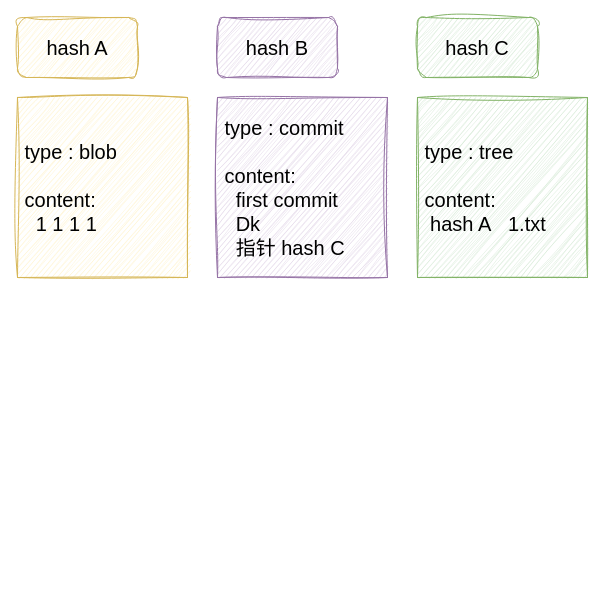
Darkindom/draw-the-diagrams keeps this draw.io diagram as git.drawio. Above is the earlier version. Source tidied: cells renumbered, new cells numbered last; positions are measured from the earlier drawing's top-left corner, leaving out a move shared by most shapes. Both pictures are drawn from the tidied source at 100%, with x=0, y=0 at pixel (17, 17).
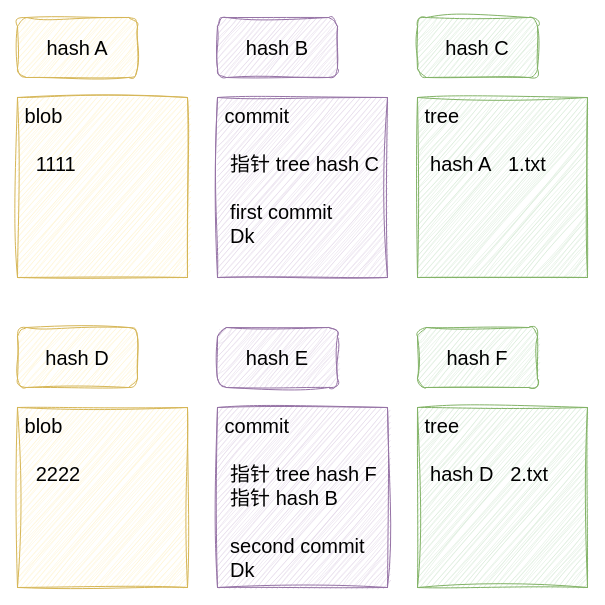
After the change.

What changed in the source:
```diff
@@
 <mxGraphModel>
   <root>
     <mxCell id="0" />
     <mxCell id="1" parent="0" />
     <mxCell id="2" value="hash C" style="rounded=1;whiteSpace=wrap;html=1;sketch=1;hachureGap=4;jiggle=2;curveFitting=1;fontFamily=手札体-简;fontSize=20;fillColor=#d5e8d4;strokeColor=#82b366;" parent="1" vertex="1">
       <mxGeometry x="400" width="120" height="60" as="geometry" />
     </mxCell>
     <mxCell id="3" value="hash B" style="rounded=1;whiteSpace=wrap;html=1;sketch=1;hachureGap=4;jiggle=2;curveFitting=1;fontFamily=手札体-简;fontSize=20;fillColor=#e1d5e7;strokeColor=#9673a6;" parent="1" vertex="1">
       <mxGeometry x="200" width="120" height="60" as="geometry" />
     </mxCell>
-    <mxCell id="4" value="&lt;div style=&quot;&quot;&gt;&lt;span style=&quot;background-color: initial;&quot;&gt;&amp;nbsp;type : tree&lt;/span&gt;&lt;/div&gt;&lt;div style=&quot;&quot;&gt;&lt;span style=&quot;background-color: initial;&quot;&gt;&lt;br&gt;&lt;/span&gt;&lt;/div&gt;&lt;div style=&quot;&quot;&gt;&lt;span style=&quot;background-color: initial;&quot;&gt;&amp;nbsp;content:&amp;nbsp;&lt;/span&gt;&lt;/div&gt;&lt;div style=&quot;&quot;&gt;&lt;span style=&quot;background-color: initial;&quot;&gt;&amp;nbsp; hash A&amp;nbsp; &amp;nbsp;1.txt&lt;/span&gt;&lt;/div&gt;" style="rounded=0;whiteSpace=wrap;html=1;sketch=1;hachureGap=4;jiggle=2;curveFitting=1;fontFamily=手札体-简;fontSize=20;align=left;fillColor=#d5e8d4;strokeColor=#82b366;" parent="1" vertex="1">
+    <mxCell id="4" value="&lt;div style=&quot;&quot;&gt;&lt;br&gt;&lt;/div&gt;" style="rounded=0;whiteSpace=wrap;html=1;sketch=1;hachureGap=4;jiggle=2;curveFitting=1;fontFamily=手札体-简;fontSize=20;align=left;fillColor=#d5e8d4;strokeColor=#82b366;" parent="1" vertex="1">
       <mxGeometry x="400" y="80" width="170" height="180" as="geometry" />
     </mxCell>
-    <mxCell id="5" value="&lt;div style=&quot;&quot;&gt;&lt;span style=&quot;background-color: initial;&quot;&gt;&amp;nbsp;type : commit&lt;/span&gt;&lt;/div&gt;&lt;div style=&quot;&quot;&gt;&lt;span style=&quot;background-color: initial;&quot;&gt;&lt;br&gt;&lt;/span&gt;&lt;/div&gt;&lt;div style=&quot;&quot;&gt;&lt;span style=&quot;background-color: initial;&quot;&gt;&amp;nbsp;content:&amp;nbsp;&lt;/span&gt;&lt;/div&gt;&lt;div style=&quot;&quot;&gt;&amp;nbsp; &amp;nbsp;first commit&lt;/div&gt;&lt;div style=&quot;&quot;&gt;&amp;nbsp; &amp;nbsp;Dk&lt;/div&gt;&lt;div style=&quot;&quot;&gt;&amp;nbsp; &amp;nbsp;指针 hash C&lt;/div&gt;" style="rounded=0;whiteSpace=wrap;html=1;sketch=1;hachureGap=4;jiggle=2;curveFitting=1;fontFamily=手札体-简;fontSize=20;align=left;fillColor=#e1d5e7;strokeColor=#9673a6;" parent="1" vertex="1">
+    <mxCell id="5" value="&lt;div style=&quot;&quot;&gt;&lt;br&gt;&lt;/div&gt;" style="rounded=0;whiteSpace=wrap;html=1;sketch=1;hachureGap=4;jiggle=2;curveFitting=1;fontFamily=手札体-简;fontSize=20;align=left;fillColor=#e1d5e7;strokeColor=#9673a6;" parent="1" vertex="1">
       <mxGeometry x="200" y="80" width="170" height="180" as="geometry" />
     </mxCell>
     <mxCell id="6" value="hash A" style="rounded=1;whiteSpace=wrap;html=1;sketch=1;hachureGap=4;jiggle=2;curveFitting=1;fontFamily=手札体-简;fontSize=20;fillColor=#fff2cc;strokeColor=#d6b656;" parent="1" vertex="1">
       <mxGeometry width="120" height="60" as="geometry" />
     </mxCell>
-    <mxCell id="7" value="&lt;div style=&quot;&quot;&gt;&lt;span style=&quot;background-color: initial;&quot;&gt;&amp;nbsp;type : blob&lt;/span&gt;&lt;/div&gt;&lt;div style=&quot;&quot;&gt;&lt;span style=&quot;background-color: initial;&quot;&gt;&lt;br&gt;&lt;/span&gt;&lt;/div&gt;&lt;div style=&quot;&quot;&gt;&lt;span style=&quot;background-color: initial;&quot;&gt;&amp;nbsp;content:&amp;nbsp;&lt;/span&gt;&lt;/div&gt;&lt;div style=&quot;&quot;&gt;&amp;nbsp; &amp;nbsp;1 1 1 1&lt;/div&gt;" style="rounded=0;whiteSpace=wrap;html=1;sketch=1;hachureGap=4;jiggle=2;curveFitting=1;fontFamily=手札体-简;fontSize=20;align=left;fillColor=#fff2cc;strokeColor=#d6b656;" parent="1" vertex="1">
+    <mxCell id="7" value="&lt;div style=&quot;&quot;&gt;&lt;br&gt;&lt;/div&gt;" style="rounded=0;whiteSpace=wrap;html=1;sketch=1;hachureGap=4;jiggle=2;curveFitting=1;fontFamily=手札体-简;fontSize=20;align=left;fillColor=#fff2cc;strokeColor=#d6b656;" parent="1" vertex="1">
       <mxGeometry y="80" width="170" height="180" as="geometry" />
     </mxCell>
+    <mxCell id="8" value="&lt;div style=&quot;border-color: var(--border-color); font-family: 手札体-简;&quot;&gt;&amp;nbsp;blob&lt;/div&gt;&lt;div style=&quot;border-color: var(--border-color); font-family: 手札体-简;&quot;&gt;&lt;span style=&quot;border-color: var(--border-color); background-color: initial;&quot;&gt;&lt;br style=&quot;border-color: var(--border-color);&quot;&gt;&lt;/span&gt;&lt;/div&gt;&lt;div style=&quot;border-color: var(--border-color); font-family: 手札体-简;&quot;&gt;&lt;span style=&quot;background-color: initial;&quot;&gt;&amp;nbsp; &amp;nbsp;1111&lt;/span&gt;&lt;br&gt;&lt;/div&gt;" style="text;html=1;strokeColor=none;fillColor=none;align=left;verticalAlign=top;whiteSpace=wrap;rounded=0;fontSize=20;fontFamily=Architects Daughter;" parent="1" vertex="1">
+      <mxGeometry y="80" width="150" height="130" as="geometry" />
+    </mxCell>
+    <mxCell id="9" value="&lt;div style=&quot;border-color: var(--border-color); font-family: 手札体-简;&quot;&gt;&lt;div style=&quot;border-color: var(--border-color);&quot;&gt;&amp;nbsp;commit&lt;/div&gt;&lt;div style=&quot;border-color: var(--border-color);&quot;&gt;&lt;span style=&quot;border-color: var(--border-color); background-color: initial;&quot;&gt;&lt;br style=&quot;border-color: var(--border-color);&quot;&gt;&lt;/span&gt;&lt;/div&gt;&lt;div style=&quot;border-color: var(--border-color);&quot;&gt;&amp;nbsp; 指针 tree&amp;nbsp;hash C&lt;/div&gt;&lt;div style=&quot;border-color: var(--border-color);&quot;&gt;&lt;br&gt;&lt;/div&gt;&lt;div style=&quot;border-color: var(--border-color);&quot;&gt;&amp;nbsp; first commit&lt;/div&gt;&lt;div style=&quot;border-color: var(--border-color);&quot;&gt;&amp;nbsp; Dk&lt;/div&gt;&lt;/div&gt;" style="text;html=1;strokeColor=none;fillColor=none;align=left;verticalAlign=top;whiteSpace=wrap;rounded=0;fontSize=20;fontFamily=Architects Daughter;" parent="1" vertex="1">
+      <mxGeometry x="200" y="80" width="170" height="160" as="geometry" />
+    </mxCell>
+    <mxCell id="10" value="&lt;div style=&quot;border-color: var(--border-color); font-family: 手札体-简;&quot;&gt;&lt;div style=&quot;border-color: var(--border-color);&quot;&gt;&lt;div style=&quot;border-color: var(--border-color);&quot;&gt;&amp;nbsp;tree&lt;/div&gt;&lt;div style=&quot;border-color: var(--border-color);&quot;&gt;&lt;span style=&quot;background-color: initial;&quot;&gt;&amp;nbsp;&lt;/span&gt;&lt;br&gt;&lt;/div&gt;&lt;div style=&quot;border-color: var(--border-color);&quot;&gt;&lt;span style=&quot;border-color: var(--border-color); background-color: initial;&quot;&gt;&amp;nbsp; hash A&amp;nbsp; &amp;nbsp;1.txt&lt;/span&gt;&lt;/div&gt;&lt;/div&gt;&lt;/div&gt;" style="text;html=1;strokeColor=none;fillColor=none;align=left;verticalAlign=top;whiteSpace=wrap;rounded=0;fontSize=20;fontFamily=Architects Daughter;" parent="1" vertex="1">
+      <mxGeometry x="400" y="80" width="170" height="170" as="geometry" />
+    </mxCell>
+    <mxCell id="11" value="hash F" style="rounded=1;whiteSpace=wrap;html=1;sketch=1;hachureGap=4;jiggle=2;curveFitting=1;fontFamily=手札体-简;fontSize=20;fillColor=#d5e8d4;strokeColor=#82b366;" parent="1" vertex="1">
+      <mxGeometry x="400" y="310" width="120" height="60" as="geometry" />
+    </mxCell>
+    <mxCell id="12" value="hash E" style="rounded=1;whiteSpace=wrap;html=1;sketch=1;hachureGap=4;jiggle=2;curveFitting=1;fontFamily=手札体-简;fontSize=20;fillColor=#e1d5e7;strokeColor=#9673a6;" parent="1" vertex="1">
+      <mxGeometry x="200" y="310" width="120" height="60" as="geometry" />
+    </mxCell>
+    <mxCell id="13" value="&lt;div style=&quot;&quot;&gt;&lt;br&gt;&lt;/div&gt;" style="rounded=0;whiteSpace=wrap;html=1;sketch=1;hachureGap=4;jiggle=2;curveFitting=1;fontFamily=手札体-简;fontSize=20;align=left;fillColor=#d5e8d4;strokeColor=#82b366;" parent="1" vertex="1">
+      <mxGeometry x="400" y="390" width="170" height="180" as="geometry" />
+    </mxCell>
+    <mxCell id="14" value="&lt;div style=&quot;&quot;&gt;&lt;br&gt;&lt;/div&gt;" style="rounded=0;whiteSpace=wrap;html=1;sketch=1;hachureGap=4;jiggle=2;curveFitting=1;fontFamily=手札体-简;fontSize=20;align=left;fillColor=#e1d5e7;strokeColor=#9673a6;" parent="1" vertex="1">
+      <mxGeometry x="200" y="390" width="170" height="180" as="geometry" />
+    </mxCell>
+    <mxCell id="15" value="hash D" style="rounded=1;whiteSpace=wrap;html=1;sketch=1;hachureGap=4;jiggle=2;curveFitting=1;fontFamily=手札体-简;fontSize=20;fillColor=#fff2cc;strokeColor=#d6b656;" parent="1" vertex="1">
+      <mxGeometry y="310" width="120" height="60" as="geometry" />
+    </mxCell>
+    <mxCell id="16" value="&lt;div style=&quot;&quot;&gt;&lt;br&gt;&lt;/div&gt;" style="rounded=0;whiteSpace=wrap;html=1;sketch=1;hachureGap=4;jiggle=2;curveFitting=1;fontFamily=手札体-简;fontSize=20;align=left;fillColor=#fff2cc;strokeColor=#d6b656;" parent="1" vertex="1">
+      <mxGeometry y="390" width="170" height="180" as="geometry" />
+    </mxCell>
+    <mxCell id="17" value="&lt;div style=&quot;border-color: var(--border-color); font-family: 手札体-简;&quot;&gt;&amp;nbsp;blob&lt;/div&gt;&lt;div style=&quot;border-color: var(--border-color); font-family: 手札体-简;&quot;&gt;&lt;span style=&quot;border-color: var(--border-color); background-color: initial;&quot;&gt;&lt;br style=&quot;border-color: var(--border-color);&quot;&gt;&lt;/span&gt;&lt;/div&gt;&lt;div style=&quot;border-color: var(--border-color); font-family: 手札体-简;&quot;&gt;&lt;span style=&quot;background-color: initial;&quot;&gt;&amp;nbsp; &amp;nbsp;2222&lt;/span&gt;&lt;br&gt;&lt;/div&gt;" style="text;html=1;strokeColor=none;fillColor=none;align=left;verticalAlign=top;whiteSpace=wrap;rounded=0;fontSize=20;fontFamily=Architects Daughter;" parent="1" vertex="1">
+      <mxGeometry y="390" width="150" height="130" as="geometry" />
+    </mxCell>
+    <mxCell id="18" value="&lt;div style=&quot;border-color: var(--border-color); font-family: 手札体-简;&quot;&gt;&lt;div style=&quot;border-color: var(--border-color);&quot;&gt;&amp;nbsp;commit&lt;/div&gt;&lt;div style=&quot;border-color: var(--border-color);&quot;&gt;&lt;span style=&quot;border-color: var(--border-color); background-color: initial;&quot;&gt;&lt;br style=&quot;border-color: var(--border-color);&quot;&gt;&lt;/span&gt;&lt;/div&gt;&lt;div style=&quot;border-color: var(--border-color);&quot;&gt;&amp;nbsp; 指针 tree&amp;nbsp;hash F&lt;/div&gt;&lt;div style=&quot;border-color: var(--border-color);&quot;&gt;&amp;nbsp; 指针 hash B&lt;/div&gt;&lt;div style=&quot;border-color: var(--border-color);&quot;&gt;&lt;br&gt;&lt;/div&gt;&lt;div style=&quot;border-color: var(--border-color);&quot;&gt;&amp;nbsp; second commit&lt;/div&gt;&lt;div style=&quot;border-color: var(--border-color);&quot;&gt;&amp;nbsp; Dk&lt;/div&gt;&lt;/div&gt;" style="text;html=1;strokeColor=none;fillColor=none;align=left;verticalAlign=top;whiteSpace=wrap;rounded=0;fontSize=20;fontFamily=Architects Daughter;" parent="1" vertex="1">
+      <mxGeometry x="200" y="390" width="170" height="160" as="geometry" />
+    </mxCell>
+    <mxCell id="19" value="&lt;div style=&quot;border-color: var(--border-color); font-family: 手札体-简;&quot;&gt;&lt;div style=&quot;border-color: var(--border-color);&quot;&gt;&lt;div style=&quot;border-color: var(--border-color);&quot;&gt;&amp;nbsp;tree&lt;/div&gt;&lt;div style=&quot;border-color: var(--border-color);&quot;&gt;&lt;span style=&quot;background-color: initial;&quot;&gt;&amp;nbsp;&lt;/span&gt;&lt;br&gt;&lt;/div&gt;&lt;div style=&quot;border-color: var(--border-color);&quot;&gt;&lt;span style=&quot;border-color: var(--border-color); background-color: initial;&quot;&gt;&amp;nbsp; hash D&amp;nbsp; &amp;nbsp;2.txt&lt;/span&gt;&lt;/div&gt;&lt;/div&gt;&lt;/div&gt;" style="text;html=1;strokeColor=none;fillColor=none;align=left;verticalAlign=top;whiteSpace=wrap;rounded=0;fontSize=20;fontFamily=Architects Daughter;" parent="1" vertex="1">
+      <mxGeometry x="400" y="390" width="170" height="170" as="geometry" />
+    </mxCell>
   </root>
 </mxGraphModel>
```
